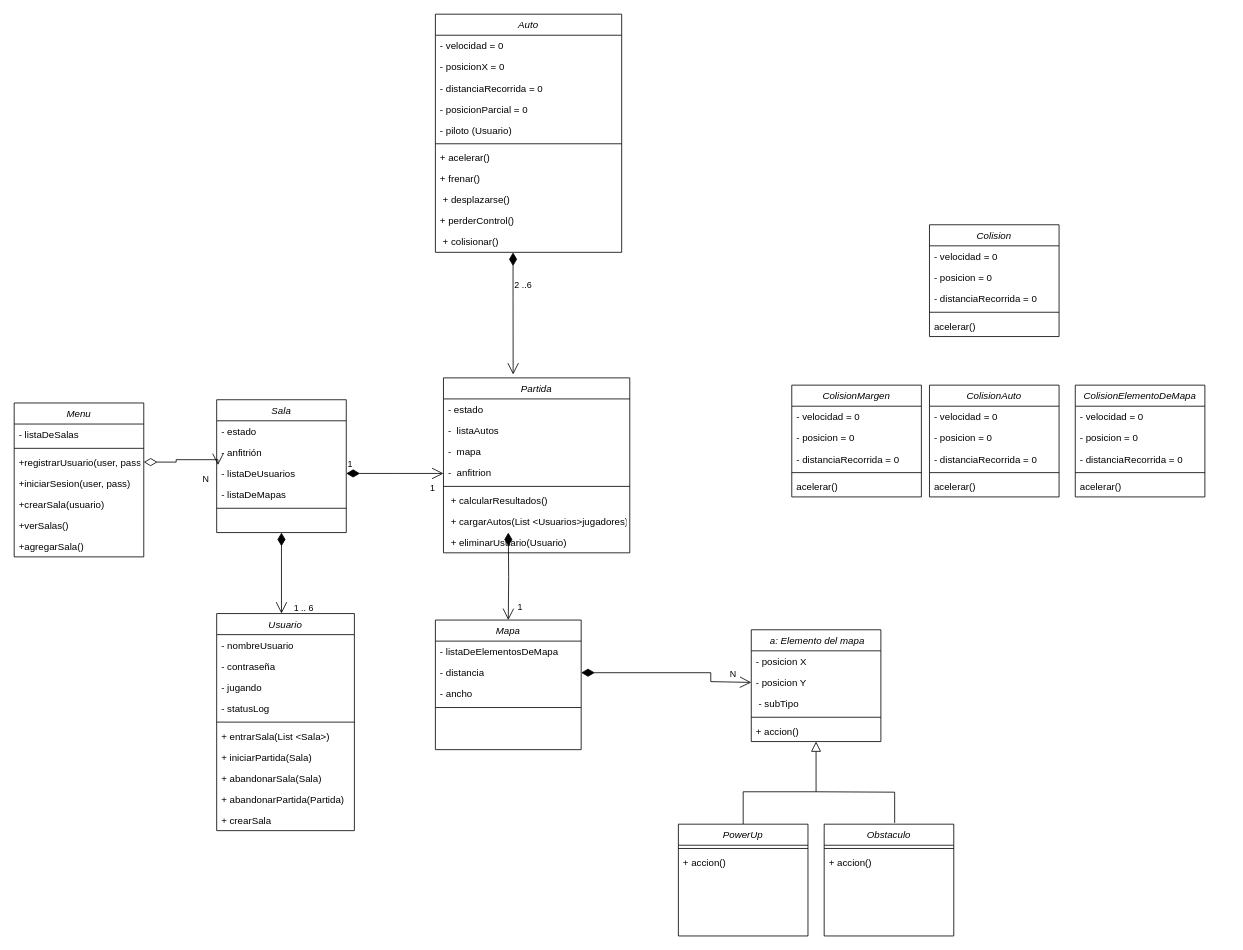
Before: UML ROAD ROGHTER.drawio in sbonvehi/tcp-road_fighter, a draw.io diagram. Source tidied: cells renumbered, new cells numbered last; positions are measured from the earlier drawing's top-left corner, leaving out a move shared by most shapes. Both pictures are drawn from the tidied source at 81%, with x=0, y=0 at pixel (14, 14).
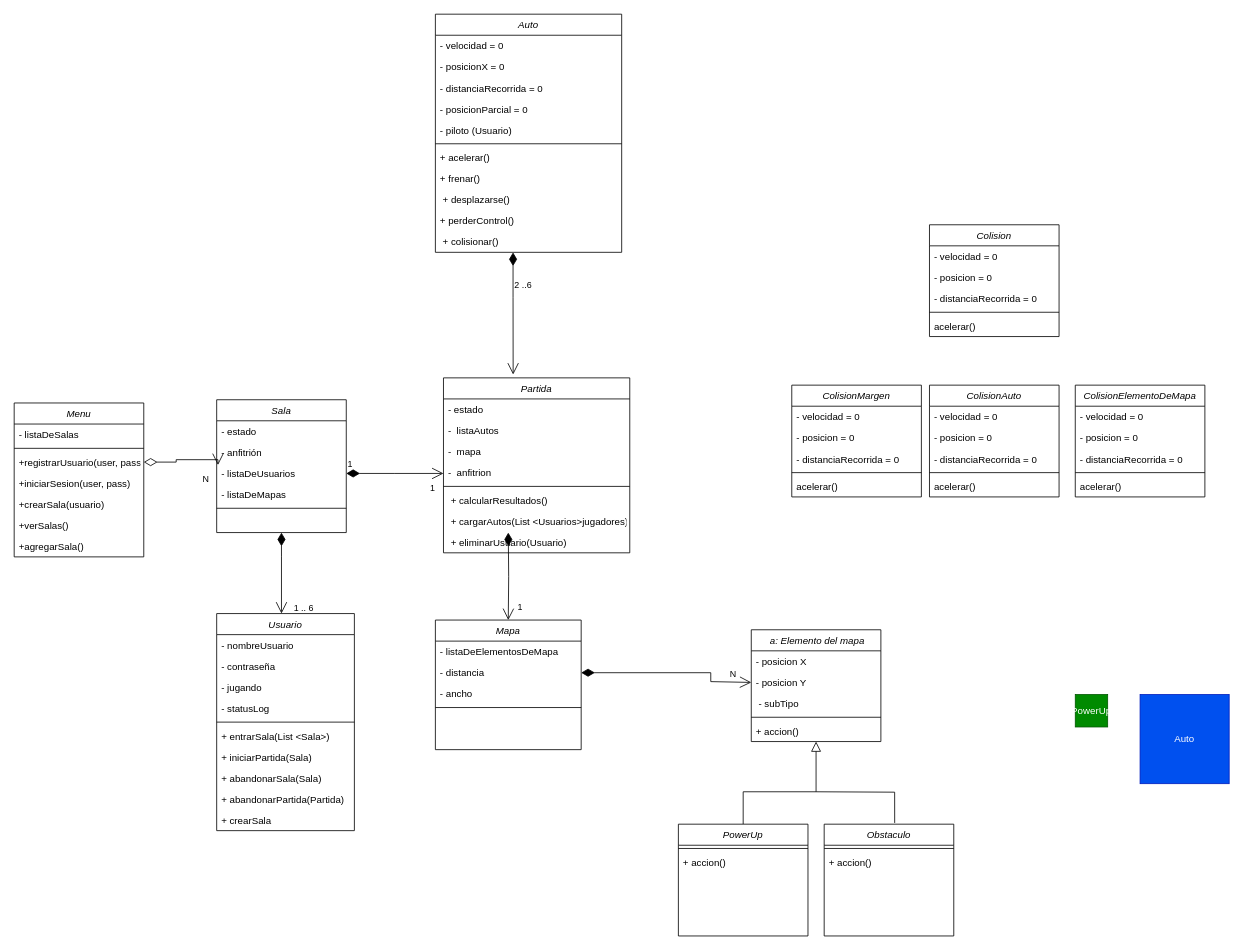
After the change.

The edit, as a diff of the source:
```diff
@@
+    <mxCell id="100" value="PowerUp" style="rounded=0;whiteSpace=wrap;html=1;fillColor=#008a00;strokeColor=#005700;fontColor=#ffffff;" parent="1" vertex="1">
+      <mxGeometry x="1310" y="840" width="40" height="40" as="geometry" />
+    </mxCell>
+    <mxCell id="101" value="Auto" style="whiteSpace=wrap;html=1;fillColor=#0050ef;strokeColor=#001DBC;fontColor=#ffffff;" parent="1" vertex="1">
+      <mxGeometry x="1390" y="840" width="110" height="110" as="geometry" />
+    </mxCell>
```
